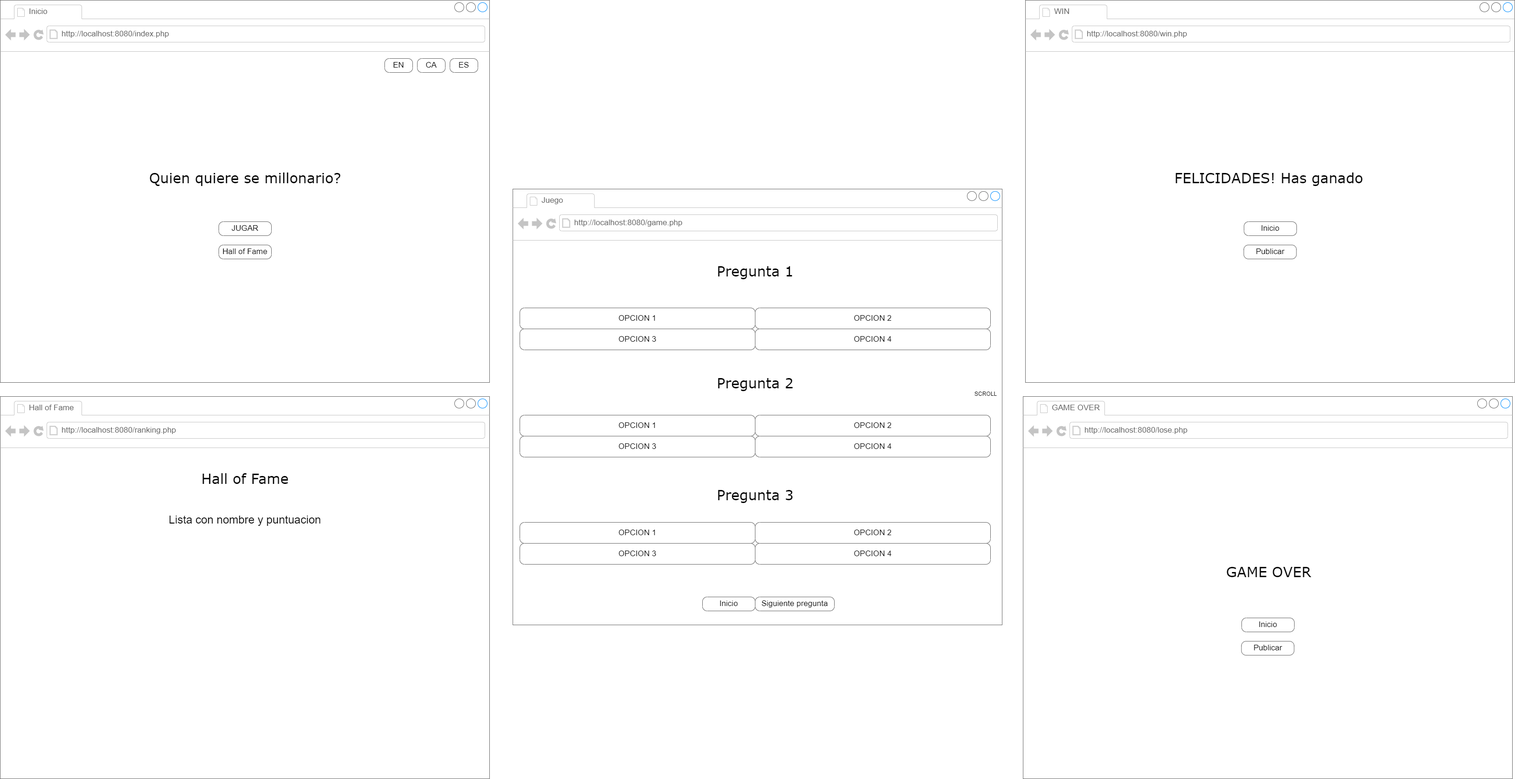
Before: Diagrama&Wireframe&Colors/Wireframe_Escuderia_IHA.png, a diagram exported from draw.io (AlejandroSoPa/Escuderia_IHA). Source tidied: cells renumbered, new cells last; positions are measured from the earlier drawing's top-left corner, leaving out a move shared by most shapes.
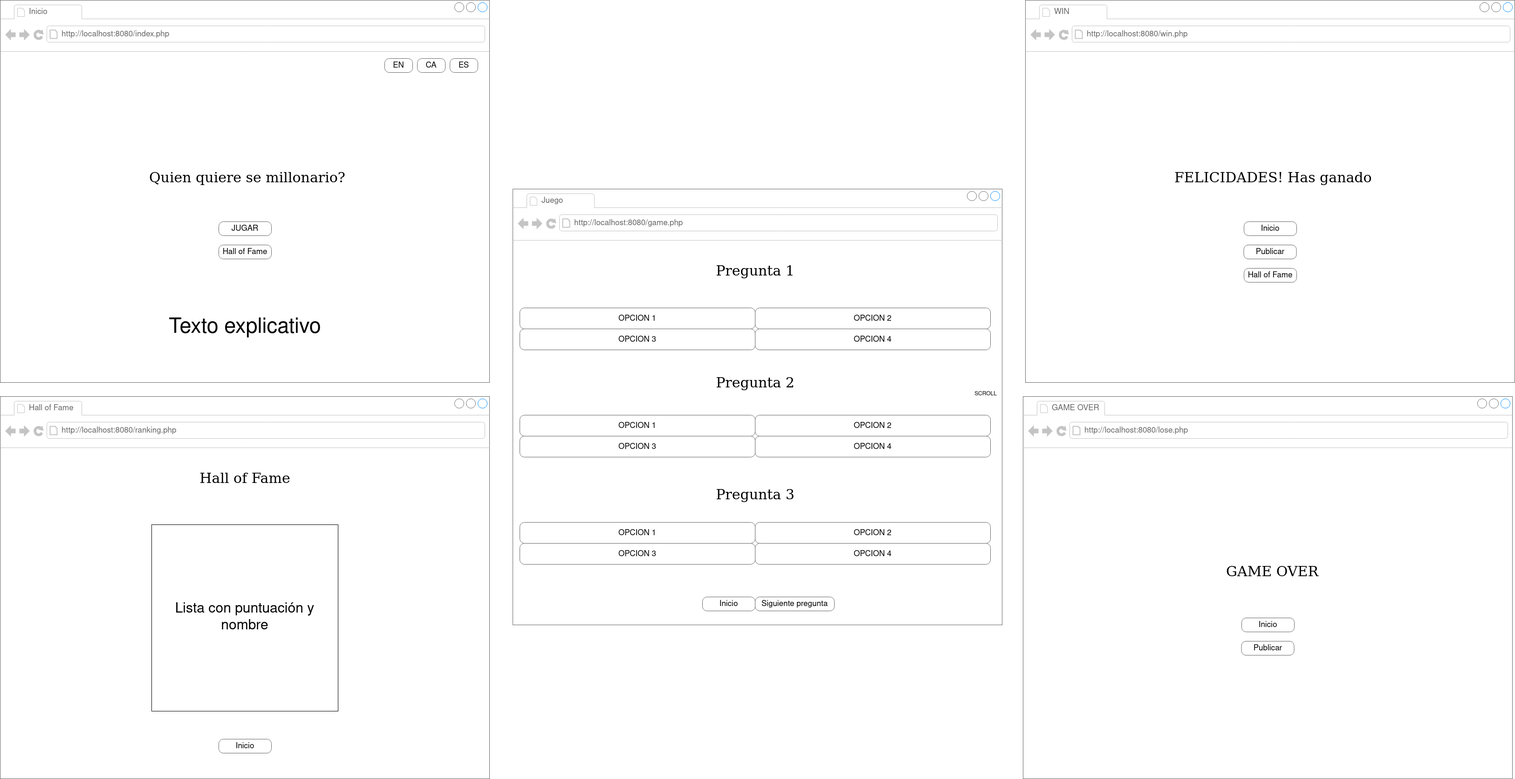
After the change.

Diff of the diagram source:
```diff
@@ -29,6 +29,9 @@
     <mxCell id="10" value="Hall of Fame" style="strokeWidth=1;shadow=0;dashed=0;align=center;html=1;shape=mxgraph.mockup.buttons.button;strokeColor=#666666;mainText=;buttonStyle=round;fontSize=17;fontStyle=0;fillColor=none;whiteSpace=wrap;rounded=0;labelBackgroundColor=none;" parent="2" vertex="1">
       <mxGeometry x="469" y="525" width="113" height="30" as="geometry" />
     </mxCell>
+    <mxCell id="49" value="&lt;font style=&quot;font-size: 45px;&quot;&gt;Texto explicativo&lt;/font&gt;" style="text;html=1;strokeColor=none;fillColor=none;align=center;verticalAlign=middle;whiteSpace=wrap;rounded=0;" parent="2" vertex="1">
+      <mxGeometry x="268" y="625" width="515" height="155" as="geometry" />
+    </mxCell>
     <mxCell id="11" style="strokeWidth=1;shadow=0;dashed=0;align=center;html=1;shape=mxgraph.mockup.containers.browserWindow;rSize=0;strokeColor=#666666;mainText=,;rounded=0;labelBackgroundColor=none;fontFamily=Verdana;fontSize=12;" parent="1" vertex="1">
       <mxGeometry x="1100" y="405" width="1050" height="935" as="geometry" />
     </mxCell>
@@ -92,7 +95,7 @@
     <mxCell id="31" value="Inicio" style="strokeWidth=1;shadow=0;dashed=0;align=center;html=1;shape=mxgraph.mockup.buttons.button;strokeColor=#666666;mainText=;buttonStyle=round;fontSize=17;fontStyle=0;fillColor=none;whiteSpace=wrap;rounded=0;labelBackgroundColor=none;" parent="11" vertex="1">
       <mxGeometry x="407" y="875" width="113" height="30" as="geometry" />
     </mxCell>
-    <mxCell id="32" style="strokeWidth=1;shadow=0;dashed=0;align=center;html=1;shape=mxgraph.mockup.containers.browserWindow;rSize=0;strokeColor=#666666;mainText=,;rounded=0;labelBackgroundColor=none;fontFamily=Verdana;fontSize=12;" parent="1" vertex="1">
+    <mxCell id="32" style="strokeWidth=1;shadow=0;dashed=0;align=center;html=1;shape=mxgraph.mockup.containers.browserWindow;rSize=0;strokeColor=#666666;mainText=,;rounded=0;labelBackgroundColor=none;fontFamily=Verdana;fontSize=24;" parent="1" vertex="1">
       <mxGeometry y="850" width="1050" height="820" as="geometry" />
     </mxCell>
     <mxCell id="33" value="Hall of Fame" style="strokeWidth=1;shadow=0;dashed=0;align=center;html=1;shape=mxgraph.mockup.containers.anchor;fontSize=17;fontColor=#666666;align=left;" parent="32" vertex="1">
@@ -104,9 +107,12 @@
     <mxCell id="35" value="Hall of Fame" style="text;html=1;align=center;verticalAlign=top;spacingTop=-4;fontSize=30;fontFamily=Verdana;" parent="32" vertex="1">
       <mxGeometry x="355" y="155" width="340" height="50" as="geometry" />
     </mxCell>
-    <mxCell id="36" value="Lista con nombre y puntuacion" style="text;html=1;strokeColor=none;fillColor=none;align=center;verticalAlign=middle;whiteSpace=wrap;rounded=0;fontSize=24;" parent="32" vertex="1">
-      <mxGeometry x="339" y="245" width="373" height="40" as="geometry" />
-    </mxCell>
+    <mxCell id="50" value="Inicio" style="strokeWidth=1;shadow=0;dashed=0;align=center;html=1;shape=mxgraph.mockup.buttons.button;strokeColor=#666666;mainText=;buttonStyle=round;fontSize=17;fontStyle=0;fillColor=none;whiteSpace=wrap;rounded=0;labelBackgroundColor=none;" parent="32" vertex="1">
+      <mxGeometry x="469" y="735" width="113" height="30" as="geometry" />
+    </mxCell>
+    <mxCell id="51" value="Lista con puntuación y nombre" style="rounded=0;whiteSpace=wrap;html=1;fontSize=30;" parent="32" vertex="1">
+      <mxGeometry x="325" y="275" width="400" height="400" as="geometry" />
+    </mxCell>
     <mxCell id="37" style="strokeWidth=1;shadow=0;dashed=0;align=center;html=1;shape=mxgraph.mockup.containers.browserWindow;rSize=0;strokeColor=#666666;mainText=,;rounded=0;labelBackgroundColor=none;fontFamily=Verdana;fontSize=12;" parent="1" vertex="1">
       <mxGeometry x="2200" width="1050" height="820" as="geometry" />
     </mxCell>
@@ -125,6 +131,9 @@
     <mxCell id="42" value="Publicar" style="strokeWidth=1;shadow=0;dashed=0;align=center;html=1;shape=mxgraph.mockup.buttons.button;strokeColor=#666666;mainText=;buttonStyle=round;fontSize=17;fontStyle=0;fillColor=none;whiteSpace=wrap;rounded=0;labelBackgroundColor=none;" parent="37" vertex="1">
       <mxGeometry x="468.5" y="525" width="113" height="30" as="geometry" />
     </mxCell>
+    <mxCell id="52" value="Hall of Fame" style="strokeWidth=1;shadow=0;dashed=0;align=center;html=1;shape=mxgraph.mockup.buttons.button;strokeColor=#666666;mainText=;buttonStyle=round;fontSize=17;fontStyle=0;fillColor=none;whiteSpace=wrap;rounded=0;labelBackgroundColor=none;" parent="37" vertex="1">
+      <mxGeometry x="469" y="575" width="113" height="30" as="geometry" />
+    </mxCell>
     <mxCell id="43" style="strokeWidth=1;shadow=0;dashed=0;align=center;html=1;shape=mxgraph.mockup.containers.browserWindow;rSize=0;strokeColor=#666666;mainText=,;rounded=0;labelBackgroundColor=none;fontFamily=Verdana;fontSize=12;" parent="1" vertex="1">
       <mxGeometry x="2195" y="850" width="1050" height="820" as="geometry" />
     </mxCell>
```
